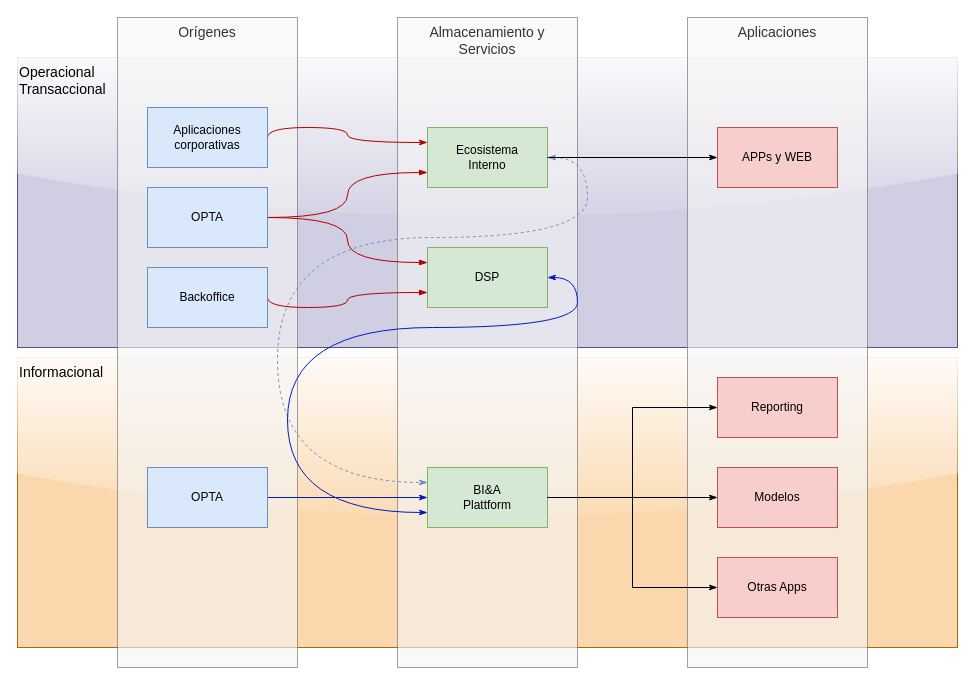
Earlier version of the draw.io diagram draw.io/LaLiga/Sistemas_Informacion_v2.drawio (icuefue/draw.io). Source tidied: cells renumbered, new cells numbered last; positions are measured from the earlier drawing's top-left corner, leaving out a move shared by most shapes. Both pictures are drawn from the tidied source at 100%, with x=0, y=0 at pixel (17, 17).
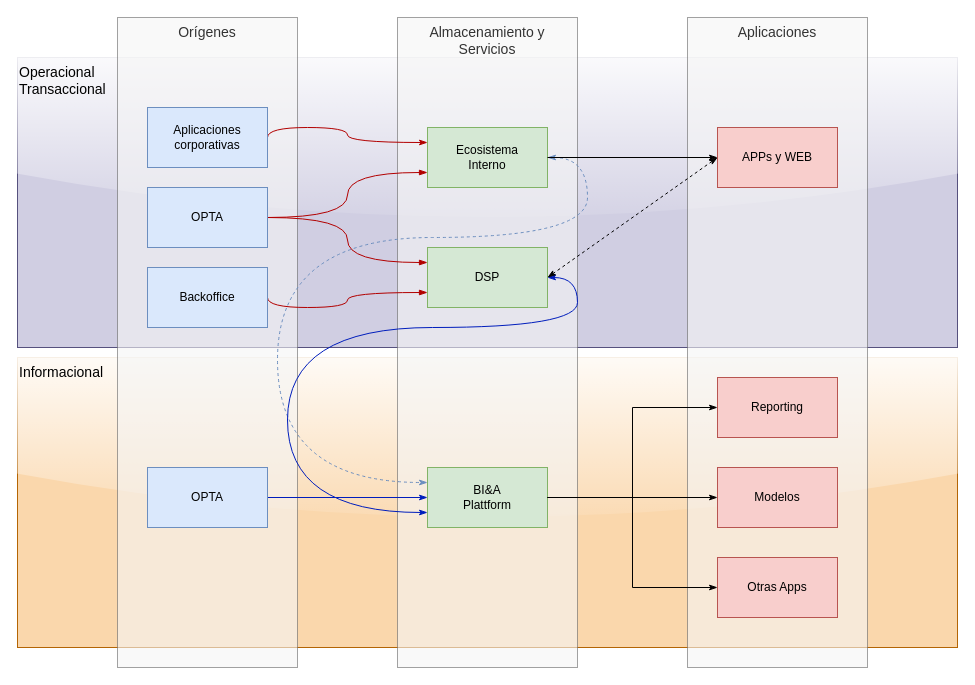
After the change.

The change refers to these unchanged cells:
```xml
<mxCell id="14" value="DSP&lt;br&gt;" style="rounded=0;whiteSpace=wrap;html=1;fillColor=#d5e8d4;strokeColor=#82b366;glass=0;" parent="1" vertex="1">
  <mxGeometry x="410" y="230" width="120" height="60" as="geometry" />
</mxCell>
<mxCell id="20" value="APPs y WEB&lt;br&gt;" style="rounded=0;whiteSpace=wrap;html=1;fillColor=#f8cecc;strokeColor=#b85450;glass=0;" parent="1" vertex="1">
  <mxGeometry x="700" y="110" width="120" height="60" as="geometry" />
</mxCell>
```

Change to the diagram source:
```diff
@@
+    <mxCell id="29" style="rounded=0;jettySize=auto;html=1;exitX=1;exitY=0.5;exitDx=0;exitDy=0;entryX=0;entryY=0.5;entryDx=0;entryDy=0;dashed=1;startArrow=classicThin;startFill=1;endArrow=classicThin;endFill=1;fontSize=14;fontColor=#000000;" parent="1" edge="1" source="14" target="20">
+      <mxGeometry relative="1" as="geometry" />
+    </mxCell>
```
